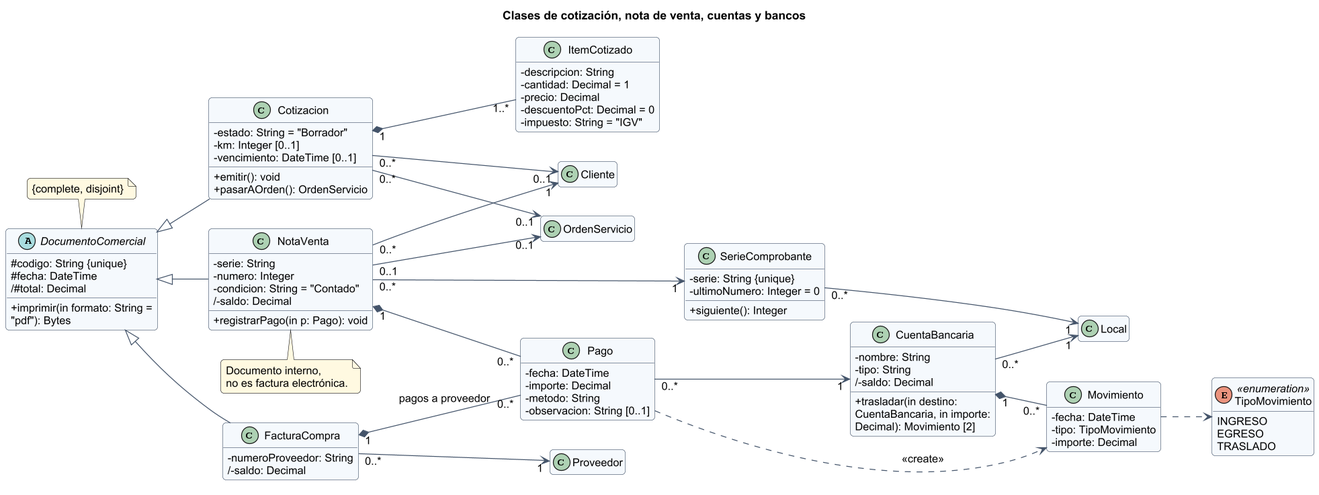
AlvaroMachaca05Dev/Tesis_Posventa keeps this PlantUML diagram as diagramas/tesis/png/DCL-005_clases_comercial_y_bancos.png. Above is the earlier version.
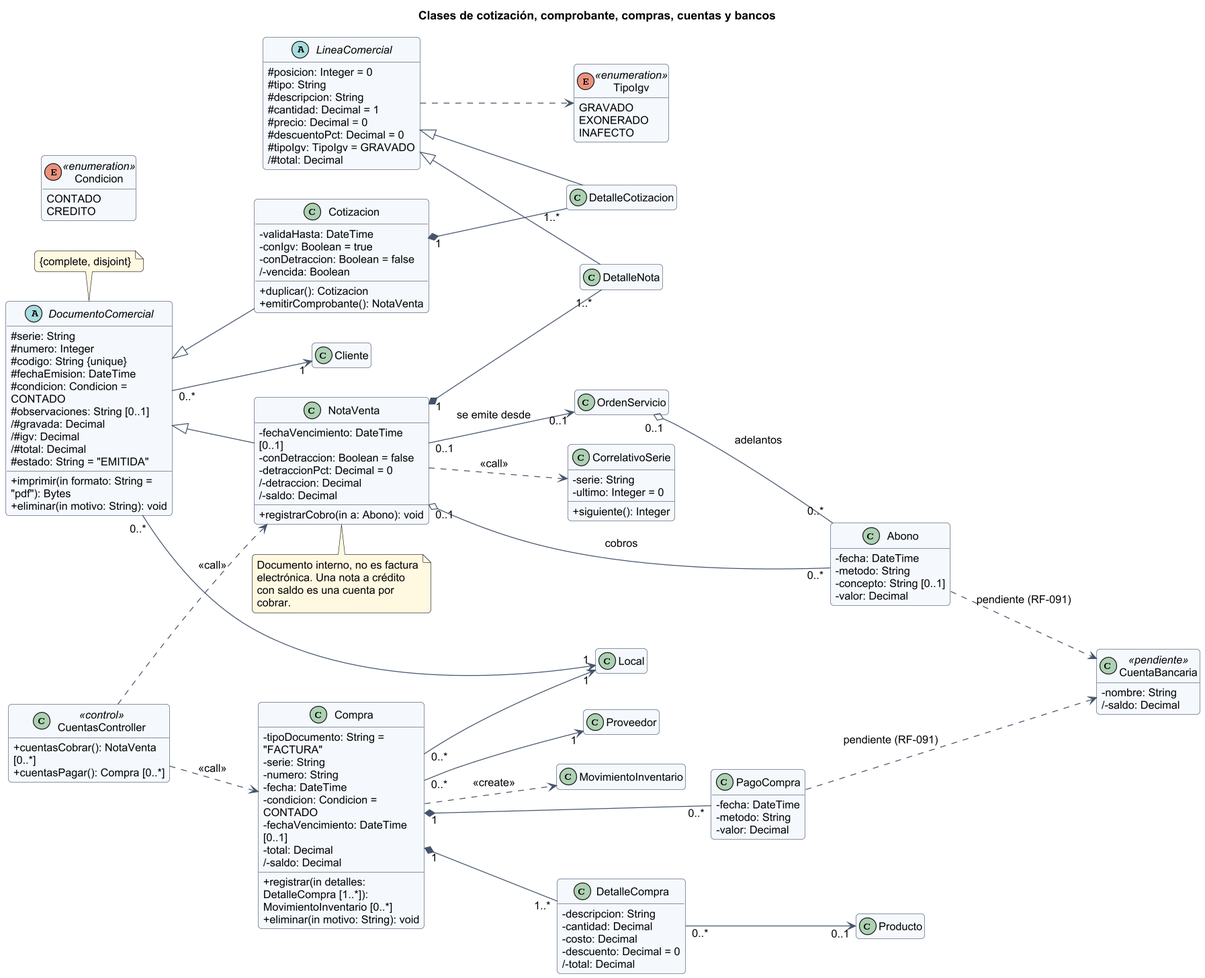
Later version of the same file.

Diff of the diagram source:
```diff
@@ -1,87 +1,130 @@
 @startuml
 !include _estilo.iuml
-title Clases de cotización, nota de venta, cuentas y bancos
+title Clases de cotización, comprobante, compras, cuentas y bancos
 left to right direction
-enum TipoMovimiento <<enumeration>> {
-  INGRESO
-  EGRESO
-  TRASLADO
+enum TipoIgv <<enumeration>> {
+  GRAVADO
+  EXONERADO
+  INAFECTO
+}
+enum Condicion <<enumeration>> {
+  CONTADO
+  CREDITO
 }
 abstract class DocumentoComercial {
+  #serie: String
+  #numero: Integer
   #codigo: String {unique}
-  #fecha: DateTime
+  #fechaEmision: DateTime
+  #condicion: Condicion = CONTADO
+  #observaciones: String [0..1]
+  /#gravada: Decimal
+  /#igv: Decimal
   /#total: Decimal
+  #estado: String = "EMITIDA"
   +imprimir(in formato: String = "pdf"): Bytes
+  +eliminar(in motivo: String): void
 }
 class Cotizacion {
-  -estado: String = "Borrador"
-  -km: Integer [0..1]
-  -vencimiento: DateTime [0..1]
-  +emitir(): void
-  +pasarAOrden(): OrdenServicio
-}
-class ItemCotizado {
-  -descripcion: String
-  -cantidad: Decimal = 1
-  -precio: Decimal
-  -descuentoPct: Decimal = 0
-  -impuesto: String = "IGV"
+  -validaHasta: DateTime
+  -conIgv: Boolean = true
+  -conDetraccion: Boolean = false
+  /-vencida: Boolean
+  +duplicar(): Cotizacion
+  +emitirComprobante(): NotaVenta
 }
 class NotaVenta {
+  -fechaVencimiento: DateTime [0..1]
+  -conDetraccion: Boolean = false
+  -detraccionPct: Decimal = 0
+  /-detraccion: Decimal
+  /-saldo: Decimal
+  +registrarCobro(in a: Abono): void
+}
+abstract class LineaComercial {
+  #posicion: Integer = 0
+  #tipo: String
+  #descripcion: String
+  #cantidad: Decimal = 1
+  #precio: Decimal = 0
+  #descuentoPct: Decimal = 0
+  #tipoIgv: TipoIgv = GRAVADO
+  /#total: Decimal
+}
+class DetalleCotizacion
+class DetalleNota
+class CorrelativoSerie {
   -serie: String
-  -numero: Integer
-  -condicion: String = "Contado"
-  /-saldo: Decimal
-  +registrarPago(in p: Pago): void
-}
-class SerieComprobante {
-  -serie: String {unique}
-  -ultimoNumero: Integer = 0
+  -ultimo: Integer = 0
   +siguiente(): Integer
 }
-class FacturaCompra {
-  -numeroProveedor: String
+class Abono {
+  -fecha: DateTime
+  -metodo: String
+  -concepto: String [0..1]
+  -valor: Decimal
+}
+class Compra {
+  -tipoDocumento: String = "FACTURA"
+  -serie: String
+  -numero: String
+  -fecha: DateTime
+  -condicion: Condicion = CONTADO
+  -fechaVencimiento: DateTime [0..1]
+  -total: Decimal
   /-saldo: Decimal
+  +registrar(in detalles: DetalleCompra [1..*]): MovimientoInventario [0..*]
+  +eliminar(in motivo: String): void
 }
-class Pago {
+class DetalleCompra {
+  -descripcion: String
+  -cantidad: Decimal
+  -costo: Decimal
+  -descuento: Decimal = 0
+  /-total: Decimal
+}
+class PagoCompra {
   -fecha: DateTime
-  -importe: Decimal
   -metodo: String
-  -observacion: String [0..1]
+  -valor: Decimal
 }
-class CuentaBancaria {
+class CuentasController <<control>> {
+  +cuentasCobrar(): NotaVenta [0..*]
+  +cuentasPagar(): Compra [0..*]
+}
+class CuentaBancaria <<pendiente>> {
   -nombre: String
-  -tipo: String
   /-saldo: Decimal
-  +trasladar(in destino: CuentaBancaria, in importe: Decimal): Movimiento [2]
-}
-class Movimiento {
-  -fecha: DateTime
-  -tipo: TipoMovimiento
-  -importe: Decimal
 }
 class Cliente
 class Proveedor
 class OrdenServicio
 class Local
+class Producto
+class MovimientoInventario
 DocumentoComercial <|-- Cotizacion
 DocumentoComercial <|-- NotaVenta
-DocumentoComercial <|-- FacturaCompra
 note top of DocumentoComercial : {complete, disjoint}
-Cotizacion "1" *-- "1..*" ItemCotizado
-Cotizacion "0..*" --> "0..1" OrdenServicio
-Cotizacion "0..*" --> "0..1" Cliente
-NotaVenta "0..*" --> "1" Cliente
-NotaVenta "0..1" --> "0..1" OrdenServicio
-NotaVenta "0..*" --> "1" SerieComprobante
-SerieComprobante "0..*" --> "1" Local
-NotaVenta "1" *-- "0..*" Pago
-FacturaCompra "0..*" --> "1" Proveedor
-FacturaCompra "1" *-- "0..*" Pago : pagos a proveedor
-Pago "0..*" --> "1" CuentaBancaria
-CuentaBancaria "1" *-- "0..*" Movimiento
-CuentaBancaria "0..*" --> "1" Local
-Movimiento ..> TipoMovimiento
-Pago ..> Movimiento : <<create>>
-note bottom of NotaVenta : Documento interno,\nno es factura electrónica.
+LineaComercial <|-- DetalleCotizacion
+LineaComercial <|-- DetalleNota
+Cotizacion "1" *-- "1..*" DetalleCotizacion
+NotaVenta "1" *-- "1..*" DetalleNota
+DocumentoComercial "0..*" --> "1" Cliente
+DocumentoComercial "0..*" --> "1" Local
+NotaVenta "0..1" --> "0..1" OrdenServicio : se emite desde
+NotaVenta ..> CorrelativoSerie : <<call>>
+NotaVenta "0..1" o-- "0..*" Abono : cobros
+OrdenServicio "0..1" o-- "0..*" Abono : adelantos
+Compra "0..*" --> "1" Proveedor
+Compra "0..*" --> "1" Local
+Compra "1" *-- "1..*" DetalleCompra
+Compra "1" *-- "0..*" PagoCompra
+DetalleCompra "0..*" --> "0..1" Producto
+Compra ..> MovimientoInventario : <<create>>
+CuentasController ..> NotaVenta : <<call>>
+CuentasController ..> Compra : <<call>>
+PagoCompra ..> CuentaBancaria : pendiente (RF-091)
+Abono ..> CuentaBancaria : pendiente (RF-091)
+LineaComercial ..> TipoIgv
+note bottom of NotaVenta : Documento interno, no es factura\nelectrónica. Una nota a crédito\ncon saldo es una cuenta por cobrar.
 @enduml
```
